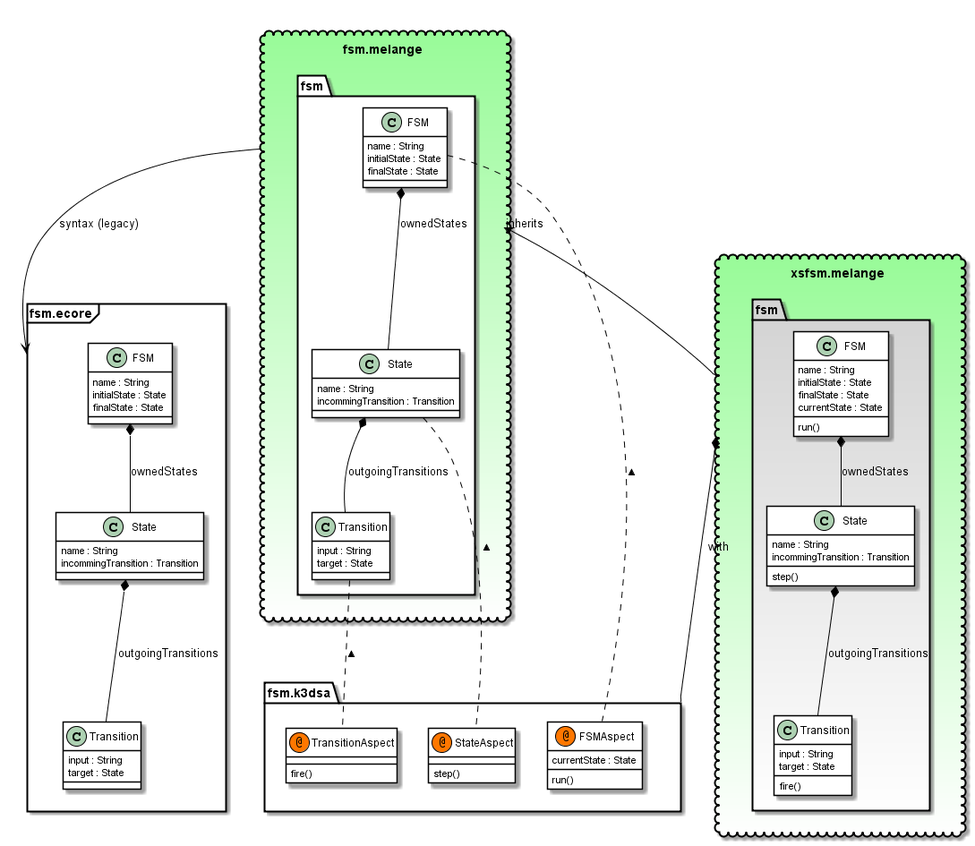
Above: official_samples/sample.deployers/plugins/org.gemoc.gemoc_language_workbench.sample.deployer/figures-gen/src/main/plantuml/LegacyFSM_language_figure.png in gemoc/gemoc-studio-old (PlantUML), before the change.
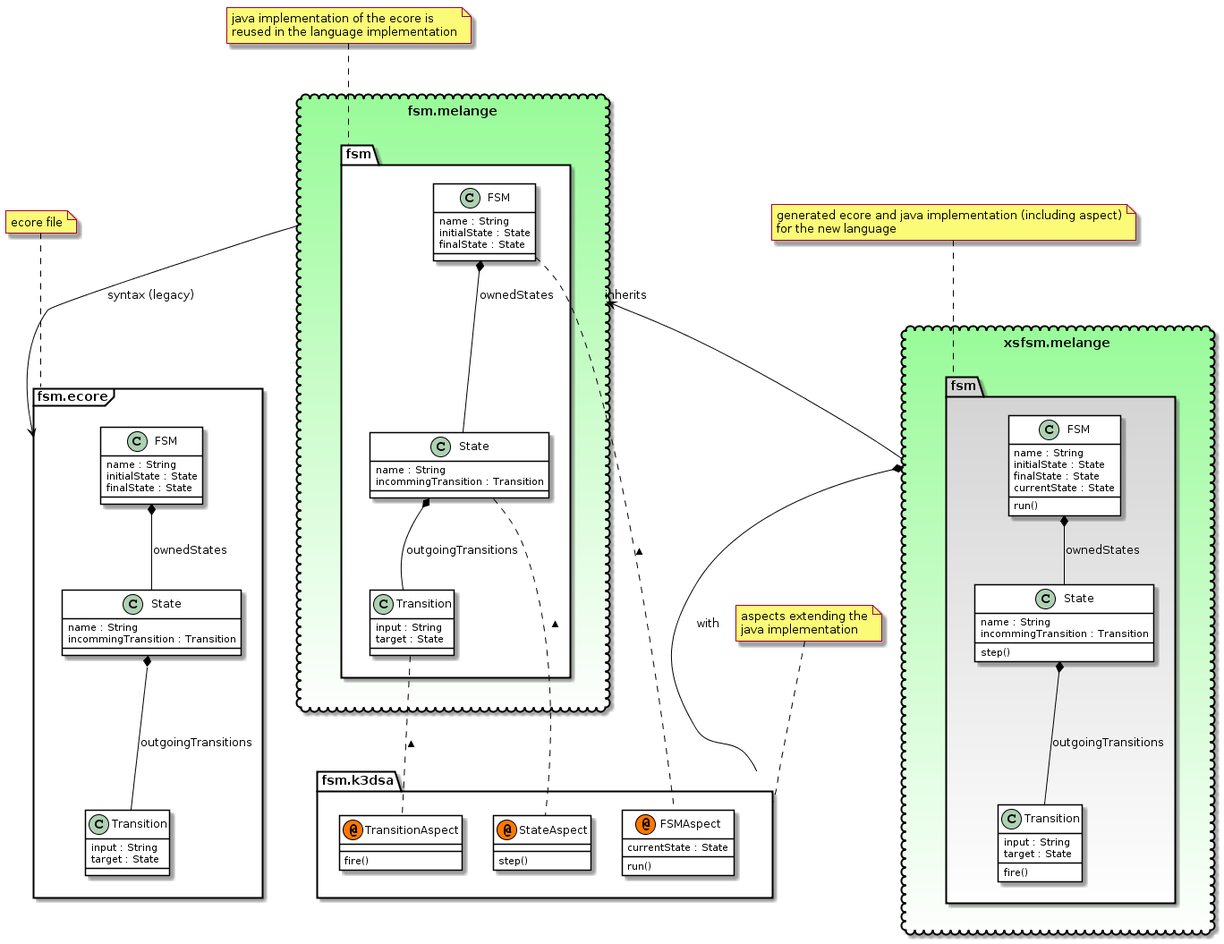
After the change.

Commit message:
clarified figure for FSM Sequential

What changed in the source:
```diff
@@ -7,6 +7,7 @@
 }
 
 namespace fsm.ecore <<Frame>>  {
+
   class FSM {
     name : String
     initialState : State
@@ -23,6 +24,9 @@
 	FSM *-- State : ownedStates
 	State *-- Transition : outgoingTransitions
 }
+
+note "ecore file" as N1
+N1 .. fsm.ecore
 
 namespace fsm.melange <<Cloud>> #PaleGreen-white {
 	namespace fsm  #white {
@@ -44,6 +48,10 @@
 	}
 }
 
+note "java implementation of the ecore is\nreused in the language implementation" as N2
+N2 .. fsm.melange.fsm
+
+
 namespace fsm.k3dsa   {
     class FSMAspect << (@,#FF7700) Aspect >>{
 	    currentState : State
@@ -56,6 +64,9 @@
 	    fire()
 	}
 }
+
+note "aspects extending the\njava implementation" as N3
+N3 .. fsm.k3dsa
 
 fsm.melange.fsm.FSM .. fsm.k3dsa.FSMAspect  : <
 fsm.melange.fsm.State .. fsm.k3dsa.StateAspect  : <
@@ -85,6 +96,9 @@
 	}
 }
 
+note "generated ecore and java implementation (including aspect)\nfor the new language" as N4
+N4 .. xsfsm.melange.fsm
+
 fsm.melange --> fsm.ecore : syntax (legacy)
 fsm.melange <-- xsfsm.melange : inherits
 xsfsm.melange *-- fsm.k3dsa : with
```
